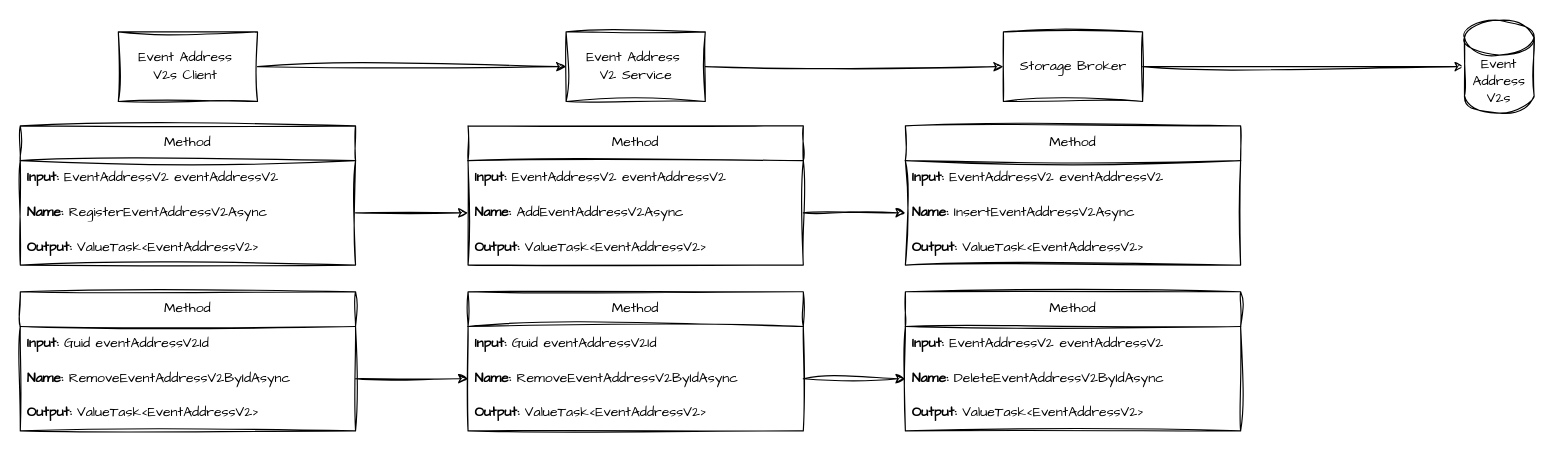
hassanhabib/EventHighway keeps this draw.io diagram as page "REGISTER AND REMOVE EVENT ADDRESS V2" (3 of 5) of EventHighway.Designs/EVENTS.drawio. Above is the earlier version. Source tidied: cells renumbered, new cells numbered last; positions are measured from the earlier drawing's top-left corner, leaving out a move shared by most shapes. Both pictures are drawn from the tidied source at 116%, with x=0, y=0 at pixel (20, 20).
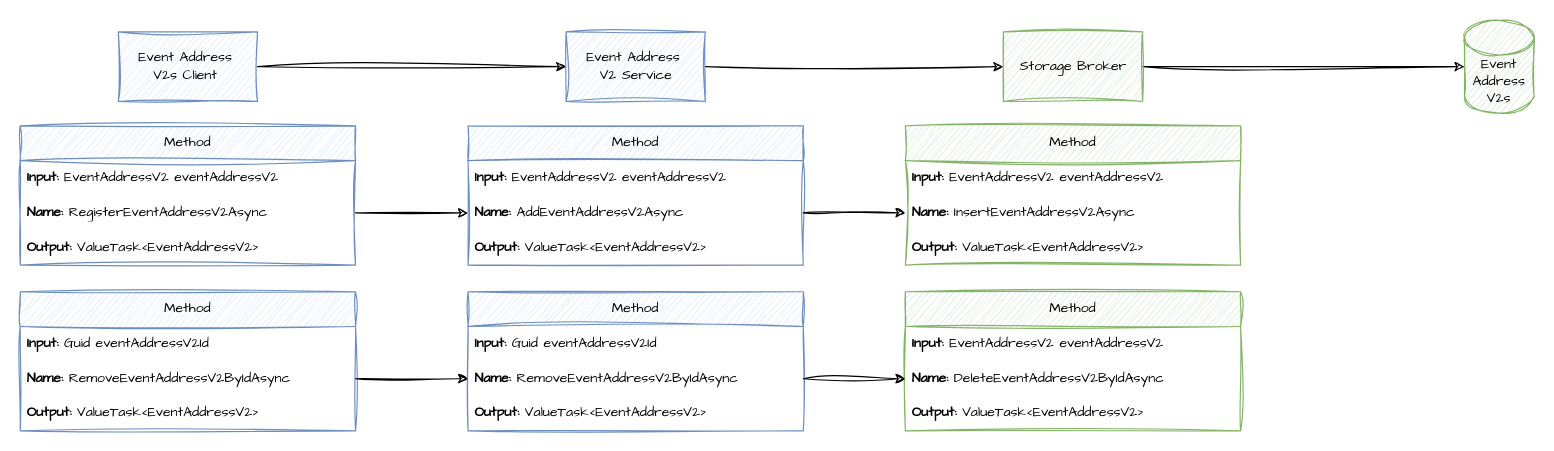
Above is the later version.

Commit message:
STATUS: Register & Remove Event Address V2 As Of 12-03-25

Diff of the diagram source:
```diff
@@
-    <mxCell id="3" value="Event Address&amp;nbsp;&lt;div&gt;V2s&amp;nbsp;&lt;span style=&quot;background-color: transparent; color: light-dark(rgb(0, 0, 0), rgb(255, 255, 255));&quot;&gt;Client&amp;nbsp;&lt;/span&gt;&lt;/div&gt;" style="rounded=0;whiteSpace=wrap;html=1;sketch=1;hachureGap=4;jiggle=2;curveFitting=1;fontFamily=Architects Daughter;" parent="1" vertex="1">
+    <mxCell id="3" value="Event Address&amp;nbsp;&lt;div&gt;V2s&amp;nbsp;&lt;span style=&quot;background-color: transparent; color: light-dark(rgb(0, 0, 0), rgb(255, 255, 255));&quot;&gt;Client&amp;nbsp;&lt;/span&gt;&lt;/div&gt;" style="rounded=0;whiteSpace=wrap;html=1;sketch=1;hachureGap=4;jiggle=2;curveFitting=1;fontFamily=Architects Daughter;fillColor=#dae8fc;strokeColor=#6c8ebf;" parent="1" vertex="1">
       <mxGeometry x="84.5" y="10" width="120" height="60" as="geometry" />
     </mxCell>
-    <mxCell id="4" value="Method" style="swimlane;fontStyle=0;horizontal=1;startSize=30;whiteSpace=wrap;html=1;sketch=1;hachureGap=4;jiggle=2;curveFitting=1;fontFamily=Architects Daughter;" parent="1" vertex="1">
+    <mxCell id="4" value="Method" style="swimlane;fontStyle=0;horizontal=1;startSize=30;whiteSpace=wrap;html=1;sketch=1;hachureGap=4;jiggle=2;curveFitting=1;fontFamily=Architects Daughter;fillColor=#dae8fc;strokeColor=#6c8ebf;" parent="1" vertex="1">
       <mxGeometry y="91" width="289" height="120" as="geometry" />
     </mxCell>
@@
-    <mxCell id="8" value="Method" style="swimlane;fontStyle=0;horizontal=1;startSize=30;whiteSpace=wrap;html=1;sketch=1;hachureGap=4;jiggle=2;curveFitting=1;fontFamily=Architects Daughter;" parent="1" vertex="1">
+    <mxCell id="8" value="Method" style="swimlane;fontStyle=0;horizontal=1;startSize=30;whiteSpace=wrap;html=1;sketch=1;hachureGap=4;jiggle=2;curveFitting=1;fontFamily=Architects Daughter;fillColor=#dae8fc;strokeColor=#6c8ebf;" parent="1" vertex="1">
       <mxGeometry y="234" width="289" height="120" as="geometry" />
     </mxCell>
@@
-    <mxCell id="13" value="Event Address&amp;nbsp;&lt;div&gt;V2 Service&lt;/div&gt;" style="rounded=0;whiteSpace=wrap;html=1;sketch=1;hachureGap=4;jiggle=2;curveFitting=1;fontFamily=Architects Daughter;" parent="1" vertex="1">
+    <mxCell id="13" value="Event Address&amp;nbsp;&lt;div&gt;V2 Service&lt;/div&gt;" style="rounded=0;whiteSpace=wrap;html=1;sketch=1;hachureGap=4;jiggle=2;curveFitting=1;fontFamily=Architects Daughter;fillColor=#dae8fc;strokeColor=#6c8ebf;" parent="1" vertex="1">
       <mxGeometry x="470.5" y="10" width="120" height="60" as="geometry" />
     </mxCell>
-    <mxCell id="14" value="Method" style="swimlane;fontStyle=0;horizontal=1;startSize=30;whiteSpace=wrap;html=1;sketch=1;hachureGap=4;jiggle=2;curveFitting=1;fontFamily=Architects Daughter;" parent="1" vertex="1">
+    <mxCell id="14" value="Method" style="swimlane;fontStyle=0;horizontal=1;startSize=30;whiteSpace=wrap;html=1;sketch=1;hachureGap=4;jiggle=2;curveFitting=1;fontFamily=Architects Daughter;fillColor=#dae8fc;strokeColor=#6c8ebf;" parent="1" vertex="1">
       <mxGeometry x="386" y="91" width="289" height="120" as="geometry" />
     </mxCell>
@@
-    <mxCell id="18" value="Method" style="swimlane;fontStyle=0;horizontal=1;startSize=30;whiteSpace=wrap;html=1;sketch=1;hachureGap=4;jiggle=2;curveFitting=1;fontFamily=Architects Daughter;" parent="1" vertex="1">
+    <mxCell id="18" value="Method" style="swimlane;fontStyle=0;horizontal=1;startSize=30;whiteSpace=wrap;html=1;sketch=1;hachureGap=4;jiggle=2;curveFitting=1;fontFamily=Architects Daughter;fillColor=#dae8fc;strokeColor=#6c8ebf;" parent="1" vertex="1">
       <mxGeometry x="386" y="234" width="289" height="120" as="geometry" />
     </mxCell>
@@
-    <mxCell id="23" value="Storage Broker" style="rounded=0;whiteSpace=wrap;html=1;sketch=1;hachureGap=4;jiggle=2;curveFitting=1;fontFamily=Architects Daughter;" parent="1" vertex="1">
+    <mxCell id="23" value="Storage Broker" style="rounded=0;whiteSpace=wrap;html=1;sketch=1;hachureGap=4;jiggle=2;curveFitting=1;fontFamily=Architects Daughter;fillColor=#d5e8d4;strokeColor=#82b366;" parent="1" vertex="1">
       <mxGeometry x="847.5" y="10" width="120" height="60" as="geometry" />
     </mxCell>
-    <mxCell id="24" value="Method" style="swimlane;fontStyle=0;horizontal=1;startSize=30;whiteSpace=wrap;html=1;sketch=1;hachureGap=4;jiggle=2;curveFitting=1;fontFamily=Architects Daughter;" parent="1" vertex="1">
+    <mxCell id="24" value="Method" style="swimlane;fontStyle=0;horizontal=1;startSize=30;whiteSpace=wrap;html=1;sketch=1;hachureGap=4;jiggle=2;curveFitting=1;fontFamily=Architects Daughter;fillColor=#d5e8d4;strokeColor=#82b366;" parent="1" vertex="1">
       <mxGeometry x="763" y="91" width="289" height="120" as="geometry" />
     </mxCell>
@@
-    <mxCell id="28" value="Method" style="swimlane;fontStyle=0;horizontal=1;startSize=30;whiteSpace=wrap;html=1;sketch=1;hachureGap=4;jiggle=2;curveFitting=1;fontFamily=Architects Daughter;" parent="1" vertex="1">
+    <mxCell id="28" value="Method" style="swimlane;fontStyle=0;horizontal=1;startSize=30;whiteSpace=wrap;html=1;sketch=1;hachureGap=4;jiggle=2;curveFitting=1;fontFamily=Architects Daughter;fillColor=#d5e8d4;strokeColor=#82b366;" parent="1" vertex="1">
       <mxGeometry x="763" y="234" width="289" height="120" as="geometry" />
     </mxCell>
@@
-    <mxCell id="36" value="Event&lt;div&gt;Address&lt;/div&gt;&lt;div&gt;V2s&lt;/div&gt;" style="shape=cylinder3;whiteSpace=wrap;html=1;boundedLbl=1;backgroundOutline=1;size=15;sketch=1;hachureGap=4;jiggle=2;curveFitting=1;fontFamily=Architects Daughter;" parent="1" vertex="1">
+    <mxCell id="36" value="Event&lt;div&gt;Address&lt;/div&gt;&lt;div&gt;V2s&lt;/div&gt;" style="shape=cylinder3;whiteSpace=wrap;html=1;boundedLbl=1;backgroundOutline=1;size=15;sketch=1;hachureGap=4;jiggle=2;curveFitting=1;fontFamily=Architects Daughter;fillColor=#d5e8d4;strokeColor=#82b366;" parent="1" vertex="1">
       <mxGeometry x="1245" width="60" height="80" as="geometry" />
     </mxCell>
```
